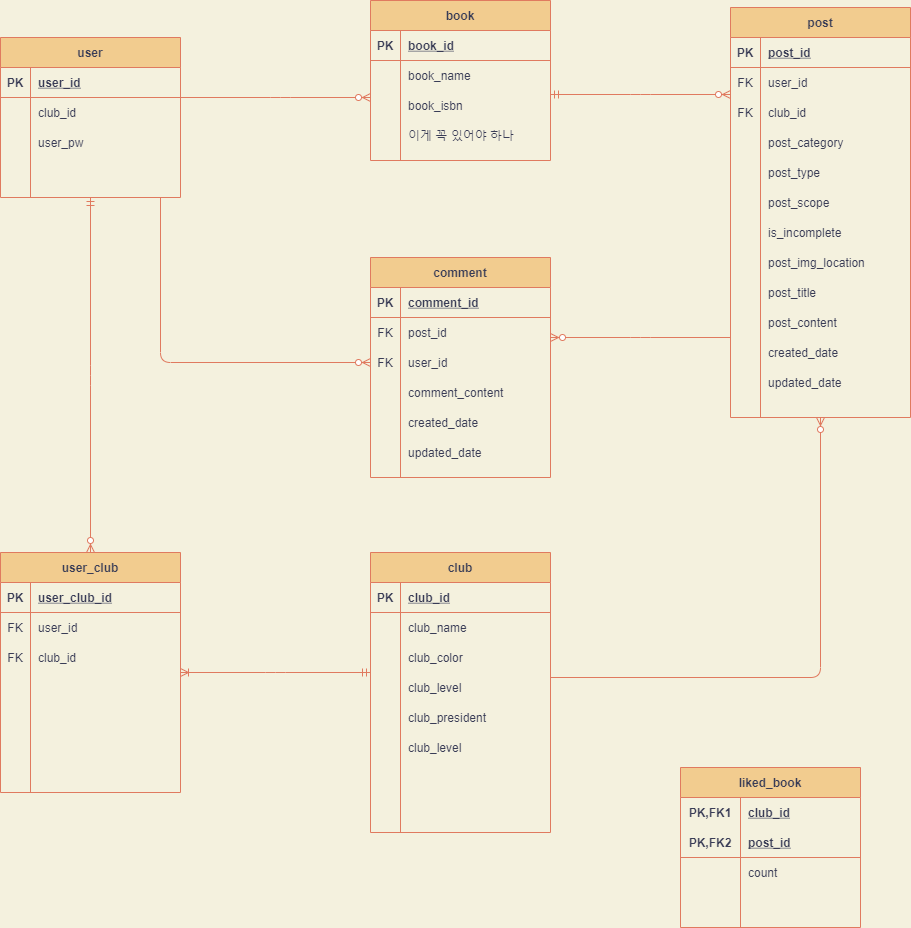
CYC0227/mangpoERD keeps this draw.io diagram as mangpo_ERD.png. Above is the earlier version. Source tidied: cells renumbered, new cells last; positions are measured from the earlier drawing's top-left corner, leaving out a move shared by most shapes.
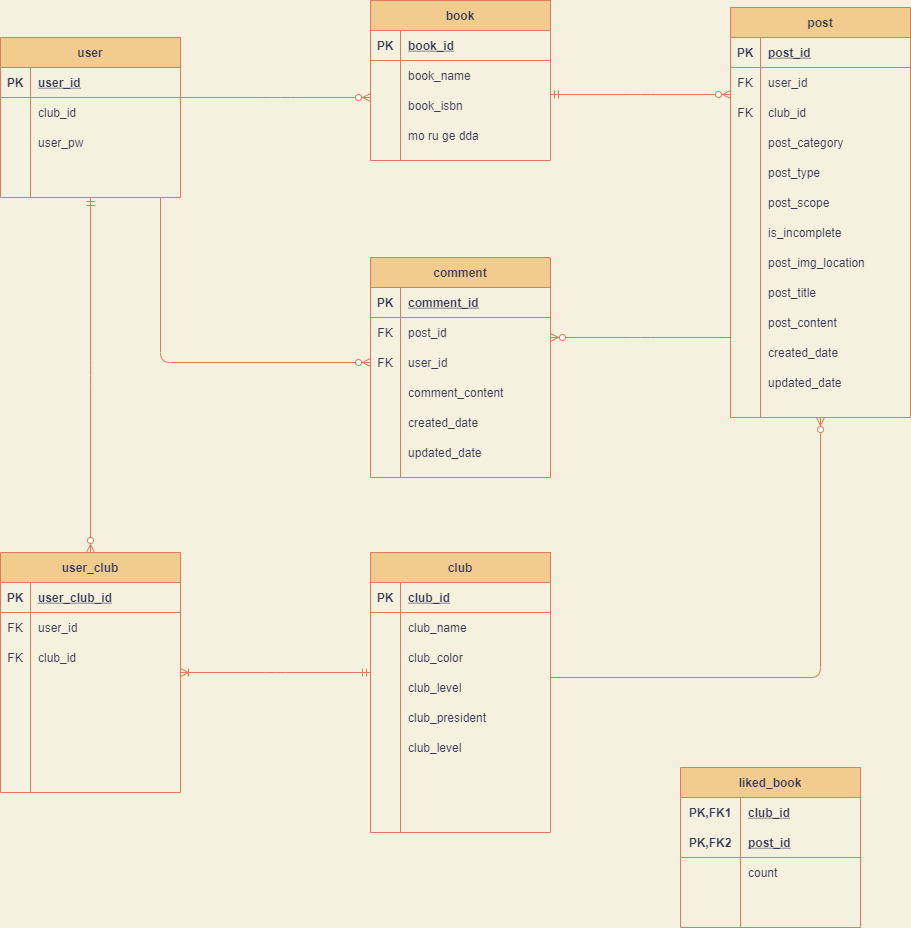
Later version of the same file.

Change to the diagram source:
```diff
@@ -462,7 +462,7 @@
     <mxCell id="151" style="shape=partialRectangle;fillColor=none;top=0;left=0;bottom=0;right=0;overflow=hidden;strokeColor=#E07A5F;fontColor=#393C56;" parent="150" vertex="1">
       <mxGeometry width="30" height="30" as="geometry" />
     </mxCell>
-    <mxCell id="152" value="이게 꼭 있어야 하나" style="shape=partialRectangle;fillColor=none;top=0;left=0;bottom=0;right=0;align=left;spacingLeft=6;overflow=hidden;strokeColor=#E07A5F;fontColor=#393C56;" parent="150" vertex="1">
+    <mxCell id="152" value="mo ru ge dda" style="shape=partialRectangle;fillColor=none;top=0;left=0;bottom=0;right=0;align=left;spacingLeft=6;overflow=hidden;strokeColor=#E07A5F;fontColor=#393C56;" parent="150" vertex="1">
       <mxGeometry x="30" width="150" height="30" as="geometry" />
     </mxCell>
     <mxCell id="153" style="edgeStyle=elbowEdgeStyle;fontSize=12;html=1;endArrow=ERzeroToMany;endFill=1;elbow=vertical;strokeColor=#E07A5F;fontColor=#393C56;labelBackgroundColor=#F4F1DE;" parent="1" edge="1" source="2" target="140">
```
